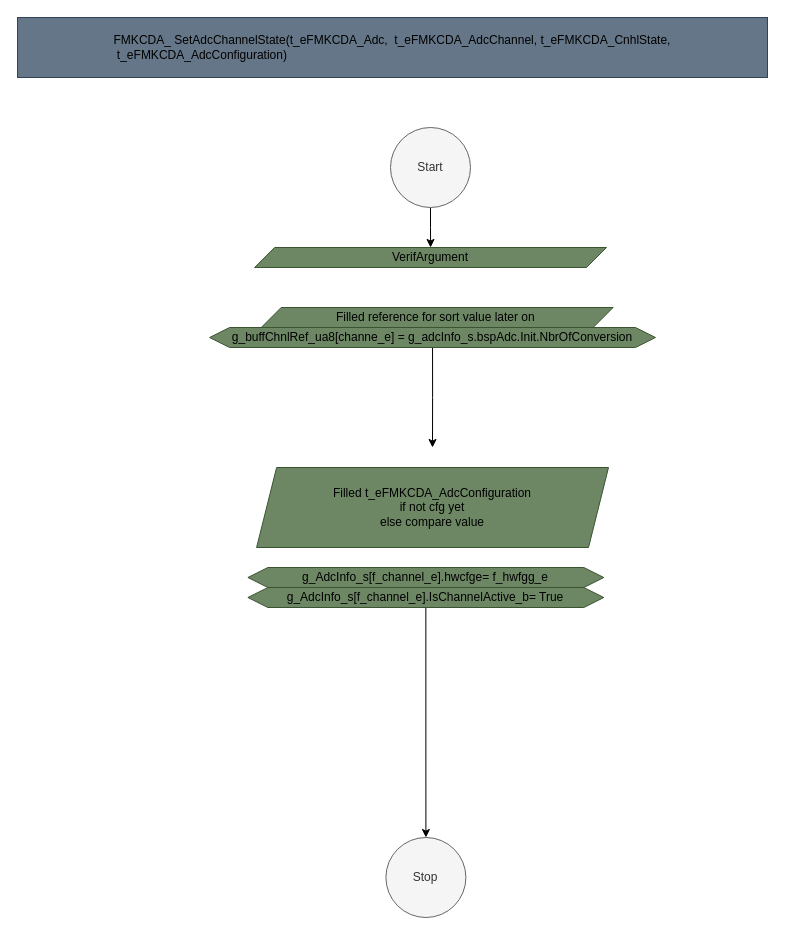
mbarbeau0545/Stm32PrjTpl keeps this draw.io diagram as page "Func_AddAdcChannelCfg" (5 of 8) of src/1_FMK/FMK_HAL/FMK_CDA/Doc/FMK_CDA.drawio. Above is the earlier version. Source tidied: cells renumbered, new cells numbered last; positions are measured from the earlier drawing's top-left corner, leaving out a move shared by most shapes. Both pictures are drawn from the tidied source at 100%, with x=0, y=0 at pixel (17, 17).
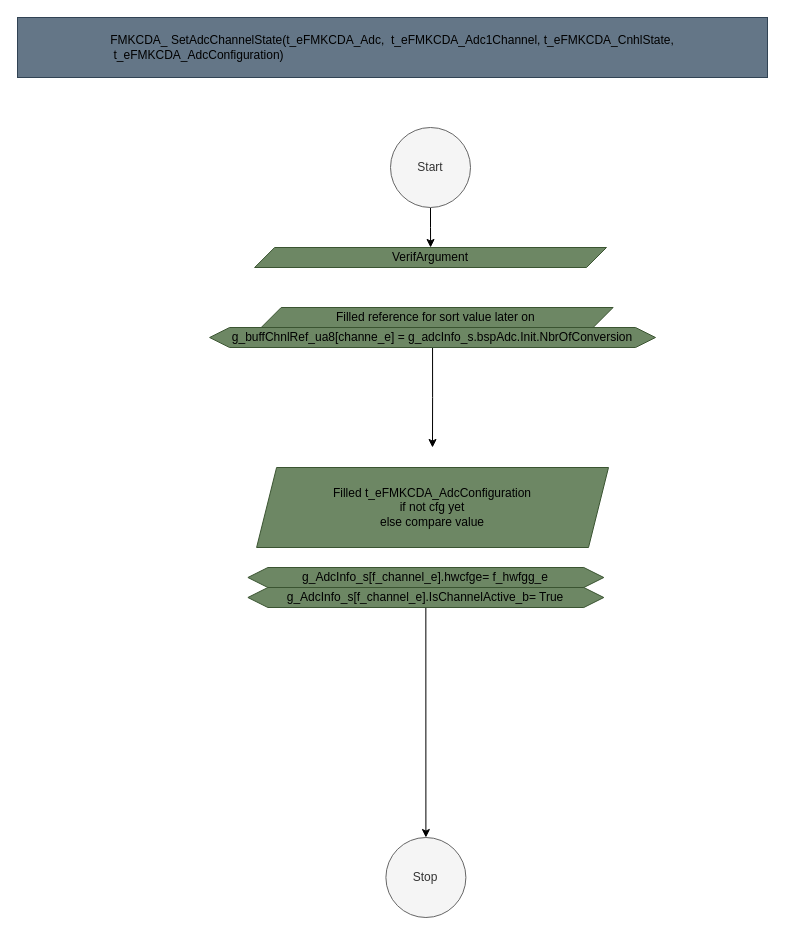
After the change.

What changed in the source:
```diff
@@
 <mxGraphModel>
   <root>
     <mxCell id="0" />
     <mxCell id="1" parent="0" />
-    <mxCell id="2" value="&lt;div style=&quot;color: rgb(0, 0, 0); text-align: left;&quot;&gt;&lt;div&gt;&lt;span style=&quot;background-color: initial;&quot;&gt;FMK&lt;span style=&quot;text-wrap: nowrap;&quot;&gt;CDA_ SetAdcChannelState(&lt;/span&gt;&lt;/span&gt;&lt;span style=&quot;text-wrap: nowrap; background-color: initial;&quot;&gt;t_eFMKCDA_Adc,&amp;nbsp;&lt;/span&gt;&lt;span style=&quot;background-color: initial;&quot;&gt;&lt;span style=&quot;text-wrap: nowrap;&quot;&gt;&amp;nbsp;t_eFMKCDA_AdcChannel, t_eFMKCDA_CnhlState,&lt;/span&gt;&lt;/span&gt;&lt;/div&gt;&lt;div&gt;&lt;span style=&quot;background-color: initial;&quot;&gt;&lt;span style=&quot;text-wrap: nowrap;&quot;&gt;&amp;nbsp;t_eFMKCDA_AdcConfiguration&lt;/span&gt;&lt;/span&gt;&lt;span style=&quot;background-color: initial; text-wrap: nowrap;&quot;&gt;)&lt;/span&gt;&lt;/div&gt;&lt;/div&gt;" style="rounded=0;whiteSpace=wrap;html=1;fillColor=#647687;fontColor=#ffffff;strokeColor=#314354;" parent="1" vertex="1">
+    <mxCell id="2" value="&lt;div style=&quot;color: rgb(0, 0, 0); text-align: left;&quot;&gt;&lt;div&gt;&lt;span style=&quot;background-color: initial;&quot;&gt;FMK&lt;span style=&quot;text-wrap: nowrap;&quot;&gt;CDA_ SetAdcChannelState(&lt;/span&gt;&lt;/span&gt;&lt;span style=&quot;text-wrap: nowrap; background-color: initial;&quot;&gt;t_eFMKCDA_Adc,&amp;nbsp;&lt;/span&gt;&lt;span style=&quot;background-color: initial;&quot;&gt;&lt;span style=&quot;text-wrap: nowrap;&quot;&gt;&amp;nbsp;t_eFMKCDA_Adc1Channel, t_eFMKCDA_CnhlState,&lt;/span&gt;&lt;/span&gt;&lt;/div&gt;&lt;div&gt;&lt;span style=&quot;background-color: initial;&quot;&gt;&lt;span style=&quot;text-wrap: nowrap;&quot;&gt;&amp;nbsp;t_eFMKCDA_AdcConfiguration&lt;/span&gt;&lt;/span&gt;&lt;span style=&quot;background-color: initial; text-wrap: nowrap;&quot;&gt;)&lt;/span&gt;&lt;/div&gt;&lt;/div&gt;" style="rounded=0;whiteSpace=wrap;html=1;fillColor=#647687;fontColor=#ffffff;strokeColor=#314354;" parent="1" vertex="1">
       <mxGeometry width="750" height="60" as="geometry" />
     </mxCell>
     <mxCell id="3" style="edgeStyle=orthogonalEdgeStyle;rounded=0;jettySize=auto;html=1;exitX=0.5;exitY=1;exitDx=0;exitDy=0;" parent="1" edge="1" source="4" target="6">
       <mxGeometry relative="1" as="geometry" />
     </mxCell>
     <mxCell id="4" value="Start" style="ellipse;whiteSpace=wrap;html=1;fillColor=#f5f5f5;fontColor=#333333;strokeColor=#666666;" parent="1" vertex="1">
       <mxGeometry x="373" y="110" width="80" height="80" as="geometry" />
     </mxCell>
     <mxCell id="5" value="Stop" style="ellipse;whiteSpace=wrap;html=1;fillColor=#f5f5f5;fontColor=#333333;strokeColor=#666666;" parent="1" vertex="1">
       <mxGeometry x="368.4" y="820" width="80" height="80" as="geometry" />
     </mxCell>
     <mxCell id="6" value="VerifArgument" style="shape=parallelogram;perimeter=parallelogramPerimeter;whiteSpace=wrap;html=1;fixedSize=1;fillColor=#6d8764;fontColor=#000000;strokeColor=#3A5431;" parent="1" vertex="1">
       <mxGeometry x="237.1" y="230" width="351.9" height="20" as="geometry" />
     </mxCell>
     <mxCell id="7" style="edgeStyle=orthogonalEdgeStyle;rounded=0;jettySize=auto;html=1;exitX=0.5;exitY=1;exitDx=0;exitDy=0;entryX=0.5;entryY=0;entryDx=0;entryDy=0;" parent="1" edge="1" target="8">
       <mxGeometry relative="1" as="geometry">
         <mxPoint x="415" y="450" as="sourcePoint" />
       </mxGeometry>
     </mxCell>
     <mxCell id="8" value="Filled&amp;nbsp;&lt;span style=&quot;text-align: left; text-wrap: nowrap;&quot;&gt;t_eFMKCDA_AdcConfiguration&lt;/span&gt;&lt;div&gt;&lt;span style=&quot;text-align: left; text-wrap: nowrap;&quot;&gt;if not cfg yet&lt;/span&gt;&lt;/div&gt;&lt;div&gt;&lt;span style=&quot;text-align: left; text-wrap: nowrap;&quot;&gt;else compare value&lt;/span&gt;&lt;/div&gt;" style="shape=parallelogram;perimeter=parallelogramPerimeter;whiteSpace=wrap;html=1;fixedSize=1;fillColor=#6d8764;fontColor=#000000;strokeColor=#3A5431;" parent="1" vertex="1">
       <mxGeometry x="239.1" y="450" width="351.9" height="80" as="geometry" />
     </mxCell>
     <mxCell id="9" value="g_AdcInfo_s[f_channel_e].hwcfge= f_hwfgg_e" style="shape=hexagon;perimeter=hexagonPerimeter2;whiteSpace=wrap;html=1;fixedSize=1;fillColor=#6d8764;strokeColor=#3A5431;fontColor=#000000;" parent="1" vertex="1">
       <mxGeometry x="230.4" y="550" width="355.9" height="20" as="geometry" />
     </mxCell>
     <mxCell id="10" style="edgeStyle=orthogonalEdgeStyle;rounded=0;jettySize=auto;html=1;exitX=0.5;exitY=1;exitDx=0;exitDy=0;" parent="1" edge="1" source="11" target="5">
       <mxGeometry relative="1" as="geometry" />
     </mxCell>
     <mxCell id="11" value="g_AdcInfo_s[f_channel_e].&lt;span style=&quot;text-align: left;&quot;&gt;IsChannelActive_b&lt;/span&gt;= True" style="shape=hexagon;perimeter=hexagonPerimeter2;whiteSpace=wrap;html=1;fixedSize=1;fillColor=#6d8764;strokeColor=#3A5431;fontColor=#000000;" parent="1" vertex="1">
       <mxGeometry x="230.4" y="570" width="355.9" height="20" as="geometry" />
     </mxCell>
     <mxCell id="12" value="&lt;div style=&quot;text-align: left;&quot;&gt;&lt;span style=&quot;background-color: initial;&quot;&gt;Filled &lt;span style=&quot;text-wrap: nowrap;&quot;&gt;reference for sort value later on&amp;nbsp;&lt;/span&gt;&lt;/span&gt;&lt;/div&gt;" style="shape=parallelogram;perimeter=parallelogramPerimeter;whiteSpace=wrap;html=1;fixedSize=1;fillColor=#6d8764;fontColor=#000000;strokeColor=#3A5431;" parent="1" vertex="1">
       <mxGeometry x="243.7" y="290" width="351.9" height="20" as="geometry" />
     </mxCell>
     <mxCell id="13" style="edgeStyle=orthogonalEdgeStyle;rounded=0;jettySize=auto;html=1;exitX=0.5;exitY=1;exitDx=0;exitDy=0;" parent="1" edge="1" source="14">
       <mxGeometry relative="1" as="geometry">
         <mxPoint x="415" y="430" as="targetPoint" />
       </mxGeometry>
     </mxCell>
     <mxCell id="14" value="&lt;span style=&quot;text-align: left; text-wrap: nowrap;&quot;&gt;g_buffChnlRef_ua8[channe_e] =&amp;nbsp;&lt;/span&gt;g_adcInfo_s.bspAdc.Init.NbrOfConversion" style="shape=hexagon;perimeter=hexagonPerimeter2;whiteSpace=wrap;html=1;fixedSize=1;fillColor=#6d8764;strokeColor=#3A5431;fontColor=#000000;" parent="1" vertex="1">
       <mxGeometry x="192.1" y="310" width="445.9" height="20" as="geometry" />
     </mxCell>
   </root>
 </mxGraphModel>
```
